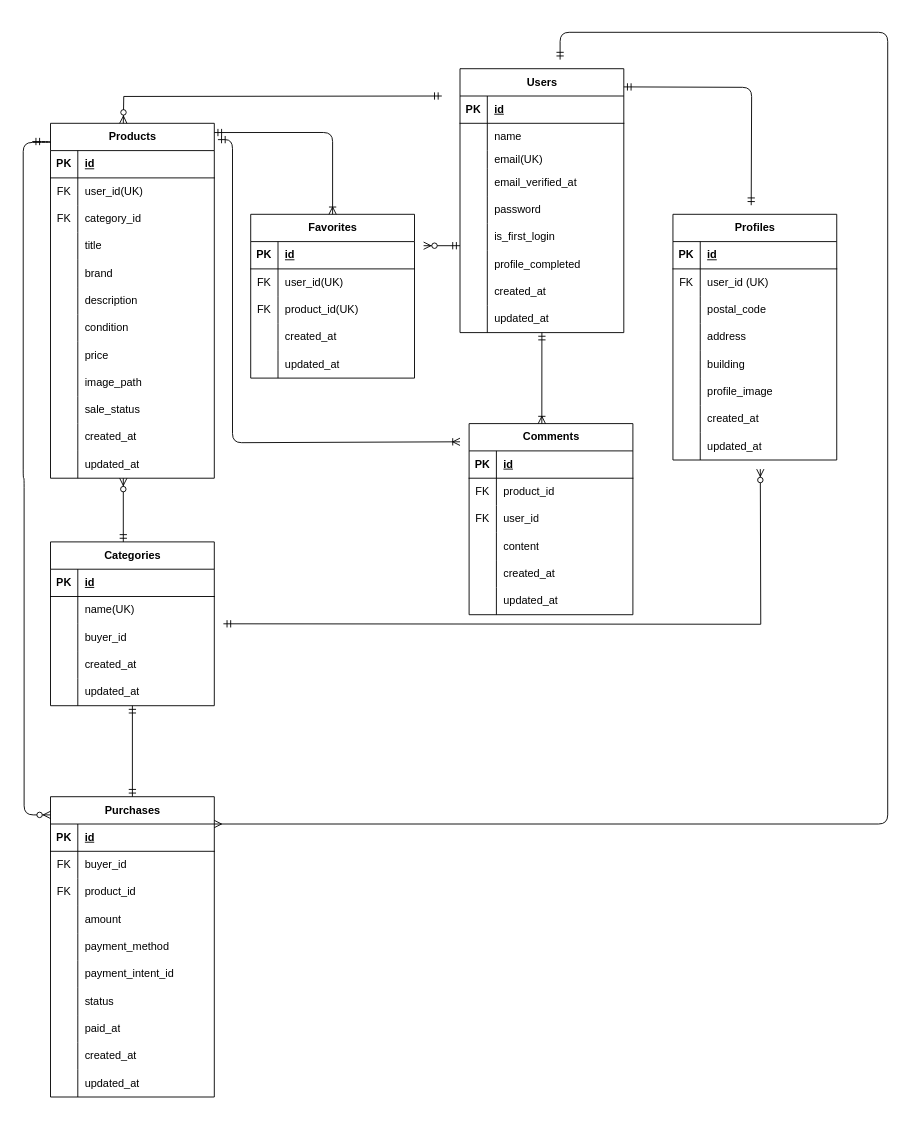
Earlier version of the draw.io diagram er-diagram.drawio (Hana86-86/coachtech-freemarket). Source tidied: cells renumbered, new cells numbered last; positions are measured from the earlier drawing's top-left corner, leaving out a move shared by most shapes. Both pictures are drawn from the tidied source at 91%, with x=0, y=0 at pixel (23, 32).
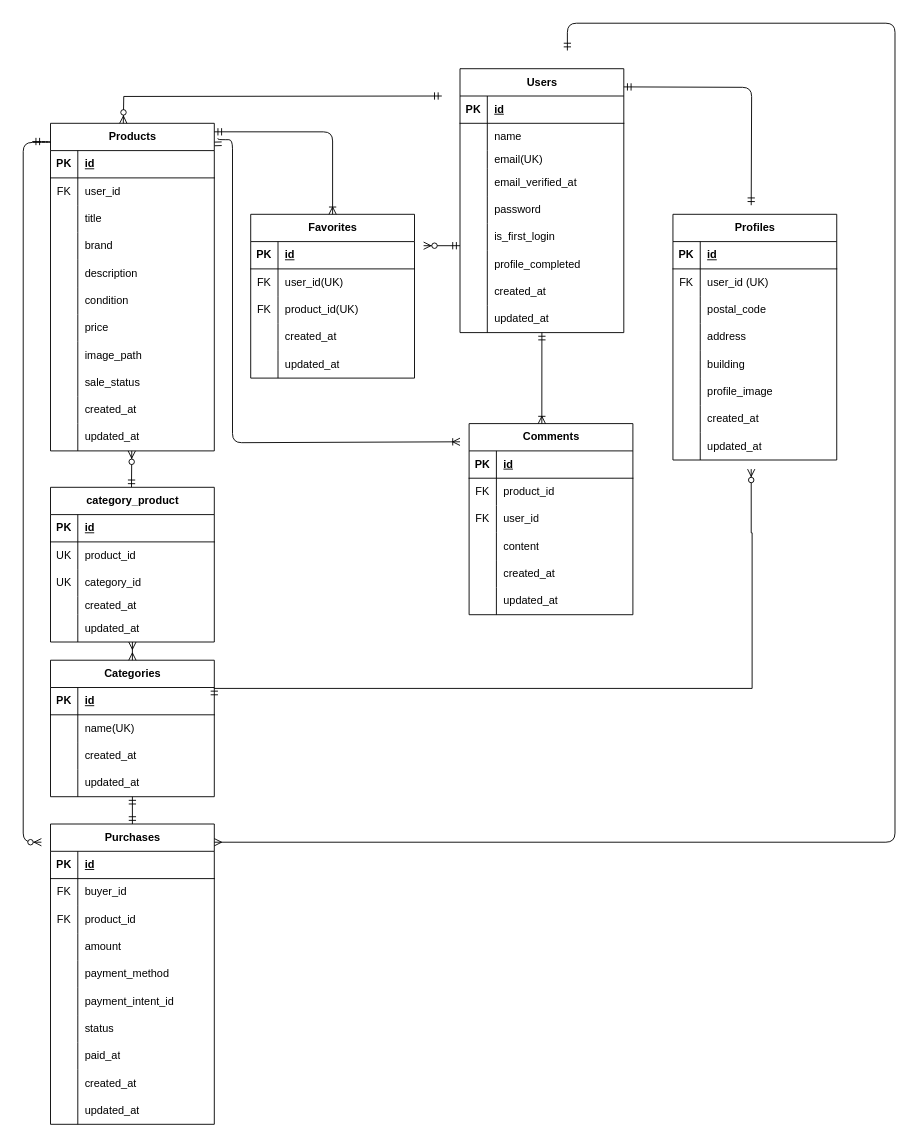
Above is the later version.

Unchanged cells that the change refers to:
```xml
<mxCell id="34" style="shape=tableRow;horizontal=0;startSize=0;swimlaneHead=0;swimlaneBody=0;fillColor=none;top=0;left=0;right=0;bottom=0;" parent="30" vertex="1">
  <mxGeometry y="60" width="180" height="30" as="geometry" />
</mxCell>
```

Change to the diagram source:
```diff
@@
     <mxCell id="30" value="Products" style="shape=table;startSize=30;childLayout=tableLayout;rowLines=0;fontStyle=1;align=center;html=1;" parent="1" vertex="1">
-      <mxGeometry x="30" y="100" width="180" height="390" as="geometry" />
+      <mxGeometry x="30" y="100" width="180" height="360" as="geometry" />
     </mxCell>
@@
-    <mxCell id="36" value="user_id(UK)" style="shape=partialRectangle;fillColor=none;top=0;left=0;bottom=0;right=0;align=left;spacingLeft=6;overflow=hidden;whiteSpace=wrap;html=1;" parent="34" vertex="1">
+    <mxCell id="36" value="user_id" style="shape=partialRectangle;fillColor=none;top=0;left=0;bottom=0;right=0;align=left;spacingLeft=6;overflow=hidden;whiteSpace=wrap;html=1;" parent="34" vertex="1">
       <mxGeometry x="30" width="150" height="30" as="geometry" />
     </mxCell>
-    <mxCell id="37" style="shape=tableRow;horizontal=0;startSize=0;swimlaneHead=0;swimlaneBody=0;fillColor=none;top=0;left=0;right=0;bottom=0;" parent="30" vertex="1">
-      <mxGeometry y="90" width="180" height="30" as="geometry" />
-    </mxCell>
-    <mxCell id="38" value="FK" style="shape=partialRectangle;fillColor=none;top=0;left=0;bottom=0;right=0;overflow=hidden;whiteSpace=wrap;html=1;" parent="37" vertex="1">
-      <mxGeometry width="30" height="30" as="geometry" />
-    </mxCell>
-    <mxCell id="39" value="category_id" style="shape=partialRectangle;fillColor=none;top=0;left=0;bottom=0;right=0;align=left;spacingLeft=6;overflow=hidden;whiteSpace=wrap;html=1;" parent="37" vertex="1">
-      <mxGeometry x="30" width="150" height="30" as="geometry" />
-    </mxCell>
     <mxCell id="40" style="shape=tableRow;horizontal=0;startSize=0;swimlaneHead=0;swimlaneBody=0;fillColor=none;top=0;left=0;right=0;bottom=0;" parent="30" vertex="1">
-      <mxGeometry y="120" width="180" height="30" as="geometry" />
+      <mxGeometry y="90" width="180" height="30" as="geometry" />
     </mxCell>
@@
     <mxCell id="43" style="shape=tableRow;horizontal=0;startSize=0;swimlaneHead=0;swimlaneBody=0;fillColor=none;top=0;left=0;right=0;bottom=0;" parent="30" vertex="1">
-      <mxGeometry y="150" width="180" height="30" as="geometry" />
+      <mxGeometry y="120" width="180" height="30" as="geometry" />
     </mxCell>
@@
     <mxCell id="46" style="shape=tableRow;horizontal=0;startSize=0;swimlaneHead=0;swimlaneBody=0;fillColor=none;top=0;left=0;right=0;bottom=0;" parent="30" vertex="1">
-      <mxGeometry y="180" width="180" height="30" as="geometry" />
+      <mxGeometry y="150" width="180" height="30" as="geometry" />
     </mxCell>
@@
     <mxCell id="49" style="shape=tableRow;horizontal=0;startSize=0;swimlaneHead=0;swimlaneBody=0;fillColor=none;top=0;left=0;right=0;bottom=0;" parent="30" vertex="1">
-      <mxGeometry y="210" width="180" height="30" as="geometry" />
+      <mxGeometry y="180" width="180" height="30" as="geometry" />
     </mxCell>
@@
     <mxCell id="52" style="shape=tableRow;horizontal=0;startSize=0;swimlaneHead=0;swimlaneBody=0;fillColor=none;top=0;left=0;right=0;bottom=0;" parent="30" vertex="1">
-      <mxGeometry y="240" width="180" height="30" as="geometry" />
+      <mxGeometry y="210" width="180" height="30" as="geometry" />
     </mxCell>
@@
     <mxCell id="55" style="shape=tableRow;horizontal=0;startSize=0;swimlaneHead=0;swimlaneBody=0;fillColor=none;top=0;left=0;right=0;bottom=0;" parent="30" vertex="1">
-      <mxGeometry y="270" width="180" height="30" as="geometry" />
+      <mxGeometry y="240" width="180" height="30" as="geometry" />
     </mxCell>
@@
     <mxCell id="58" style="shape=tableRow;horizontal=0;startSize=0;swimlaneHead=0;swimlaneBody=0;fillColor=none;top=0;left=0;right=0;bottom=0;" parent="30" vertex="1">
-      <mxGeometry y="300" width="180" height="30" as="geometry" />
+      <mxGeometry y="270" width="180" height="30" as="geometry" />
     </mxCell>
@@
     <mxCell id="61" style="shape=tableRow;horizontal=0;startSize=0;swimlaneHead=0;swimlaneBody=0;fillColor=none;top=0;left=0;right=0;bottom=0;" parent="30" vertex="1">
-      <mxGeometry y="330" width="180" height="30" as="geometry" />
+      <mxGeometry y="300" width="180" height="30" as="geometry" />
     </mxCell>
@@
     <mxCell id="64" style="shape=tableRow;horizontal=0;startSize=0;swimlaneHead=0;swimlaneBody=0;fillColor=none;top=0;left=0;right=0;bottom=0;" parent="30" vertex="1">
-      <mxGeometry y="360" width="180" height="30" as="geometry" />
+      <mxGeometry y="330" width="180" height="30" as="geometry" />
     </mxCell>
@@
     <mxCell id="67" value="Categories" style="shape=table;startSize=30;childLayout=tableLayout;rowLines=0;fontStyle=1;align=center;html=1;" parent="1" vertex="1">
-      <mxGeometry x="30" y="560" width="180" height="180" as="geometry" />
+      <mxGeometry x="30" y="690" width="180" height="150" as="geometry" />
     </mxCell>
@@
-    <mxCell id="74" style="shape=tableRow;horizontal=0;startSize=0;swimlaneHead=0;swimlaneBody=0;fillColor=none;top=0;left=0;right=0;bottom=0;" parent="67" vertex="1">
-      <mxGeometry y="90" width="180" height="30" as="geometry" />
-    </mxCell>
-    <mxCell id="75" style="shape=partialRectangle;fillColor=none;top=0;left=0;bottom=0;right=0;overflow=hidden;whiteSpace=wrap;html=1;" parent="74" vertex="1">
-      <mxGeometry width="30" height="30" as="geometry" />
-    </mxCell>
-    <mxCell id="76" value="buyer_id" style="shape=partialRectangle;fillColor=none;top=0;left=0;bottom=0;right=0;align=left;spacingLeft=6;overflow=hidden;whiteSpace=wrap;html=1;" parent="74" vertex="1">
-      <mxGeometry x="30" width="150" height="30" as="geometry" />
-    </mxCell>
     <mxCell id="77" style="shape=tableRow;horizontal=0;startSize=0;swimlaneHead=0;swimlaneBody=0;fillColor=none;top=0;left=0;right=0;bottom=0;" parent="67" vertex="1">
-      <mxGeometry y="120" width="180" height="30" as="geometry" />
+      <mxGeometry y="90" width="180" height="30" as="geometry" />
     </mxCell>
@@
     <mxCell id="80" style="shape=tableRow;horizontal=0;startSize=0;swimlaneHead=0;swimlaneBody=0;fillColor=none;points=[[0,0.5],[1,0.5]];portConstraint=eastwest;top=0;left=0;right=0;bottom=0;" parent="67" vertex="1">
-      <mxGeometry y="150" width="180" height="30" as="geometry" />
+      <mxGeometry y="120" width="180" height="30" as="geometry" />
     </mxCell>
@@
     <mxCell id="83" value="Purchases" style="shape=table;startSize=30;childLayout=tableLayout;rowLines=0;fontStyle=1;align=center;html=1;" parent="1" vertex="1">
-      <mxGeometry x="30" y="840" width="180" height="330" as="geometry" />
+      <mxGeometry x="30" y="870" width="180" height="330" as="geometry" />
     </mxCell>
@@
-    <mxCell id="157" style="fontSize=12;html=1;endArrow=ERmandOne;startArrow=ERmandOne;rounded=0;entryX=0.5;entryY=1;entryDx=0;entryDy=0;entryPerimeter=0;exitX=0.5;exitY=0;exitDx=0;exitDy=0;" parent="1" edge="1" source="83" target="80">
-      <mxGeometry relative="1" as="geometry" />
+    <mxCell id="157" style="fontSize=12;html=1;endArrow=ERmandOne;startArrow=ERmandOne;rounded=0;exitX=0.5;exitY=0;exitDx=0;exitDy=0;" parent="1" edge="1" source="83">
+      <mxGeometry relative="1" as="geometry">
+        <mxPoint x="120" y="840" as="targetPoint" />
+      </mxGeometry>
     </mxCell>
     <mxCell id="158" style="edgeStyle=orthogonalEdgeStyle;fontSize=12;html=1;endArrow=ERzeroToMany;startArrow=ERmandOne;rounded=0;" parent="1" edge="1">
       <mxGeometry relative="1" as="geometry">
-        <mxPoint x="220" y="650" as="sourcePoint" />
-        <mxPoint x="810" y="480" as="targetPoint" />
+        <mxPoint x="210" y="720" as="sourcePoint" />
+        <mxPoint x="800" y="480" as="targetPoint" />
+        <Array as="points">
+          <mxPoint x="801" y="721" />
+          <mxPoint x="801" y="550" />
+        </Array>
       </mxGeometry>
     </mxCell>
     <mxCell id="159" style="fontSize=12;html=1;endArrow=ERzeroToMany;startArrow=ERmandOne;rounded=0;" parent="1" edge="1">
       <mxGeometry relative="1" as="geometry">
-        <mxPoint x="110" y="560" as="sourcePoint" />
-        <mxPoint x="110" y="490" as="targetPoint" />
+        <mxPoint x="119" y="500" as="sourcePoint" />
+        <mxPoint x="119.3" y="460" as="targetPoint" />
       </mxGeometry>
     </mxCell>
@@
     <mxCell id="180" style="edgeStyle=orthogonalEdgeStyle;fontSize=12;html=1;endArrow=ERzeroToMany;startArrow=ERmandOne;" parent="1" edge="1">
       <mxGeometry relative="1" as="geometry">
         <mxPoint x="10" y="120" as="sourcePoint" />
-        <mxPoint x="30" y="860" as="targetPoint" />
+        <mxPoint x="20" y="890" as="targetPoint" />
         <Array as="points">
           <mxPoint x="30" y="120" />
-          <mxPoint x="30" y="121" />
           <mxPoint y="121" />
-          <mxPoint y="490" />
-          <mxPoint x="1" y="490" />
-          <mxPoint x="1" y="860" />
+          <mxPoint y="860" />
         </Array>
       </mxGeometry>
     </mxCell>
     <mxCell id="181" style="edgeStyle=orthogonalEdgeStyle;fontSize=12;html=1;endArrow=ERmany;startArrow=ERmandOne;endFill=0;" parent="1" edge="1">
       <mxGeometry relative="1" as="geometry">
-        <mxPoint x="590" y="30" as="sourcePoint" />
-        <mxPoint x="210" y="870" as="targetPoint" />
+        <mxPoint x="598" y="20" as="sourcePoint" />
+        <mxPoint x="210" y="890" as="targetPoint" />
         <Array as="points">
-          <mxPoint x="950" />
-          <mxPoint x="950" y="870" />
+          <mxPoint x="598" y="-10" />
+          <mxPoint x="958" y="-10" />
+          <mxPoint x="958" y="890" />
         </Array>
       </mxGeometry>
     </mxCell>
@@
+    <mxCell id="185" value="category_product" style="shape=table;startSize=30;childLayout=tableLayout;rowLines=0;fontStyle=1;align=center;html=1;" parent="1" vertex="1">
+      <mxGeometry x="30" y="500" width="180" height="170" as="geometry" />
+    </mxCell>
+    <mxCell id="186" style="shape=tableRow;horizontal=0;startSize=0;swimlaneHead=0;swimlaneBody=0;fillColor=none;top=0;left=0;right=0;bottom=1;" parent="185" vertex="1">
+      <mxGeometry y="30" width="180" height="30" as="geometry" />
+    </mxCell>
+    <mxCell id="187" value="PK" style="shape=partialRectangle;fillColor=none;top=0;left=0;bottom=0;right=0;fontStyle=1;overflow=hidden;whiteSpace=wrap;html=1;" parent="186" vertex="1">
+      <mxGeometry width="30" height="30" as="geometry" />
+    </mxCell>
+    <mxCell id="188" value="id" style="shape=partialRectangle;fillColor=none;top=0;left=0;bottom=0;right=0;align=left;spacingLeft=6;fontStyle=5;overflow=hidden;whiteSpace=wrap;html=1;" parent="186" vertex="1">
+      <mxGeometry x="30" width="150" height="30" as="geometry" />
+    </mxCell>
+    <mxCell id="189" style="shape=tableRow;horizontal=0;startSize=0;swimlaneHead=0;swimlaneBody=0;fillColor=none;top=0;left=0;right=0;bottom=0;" parent="185" vertex="1">
+      <mxGeometry y="60" width="180" height="30" as="geometry" />
+    </mxCell>
+    <mxCell id="190" value="UK" style="shape=partialRectangle;fillColor=none;top=0;left=0;bottom=0;right=0;overflow=hidden;whiteSpace=wrap;html=1;" parent="189" vertex="1">
+      <mxGeometry width="30" height="30" as="geometry" />
+    </mxCell>
+    <mxCell id="191" value="product_id" style="shape=partialRectangle;fillColor=none;top=0;left=0;bottom=0;right=0;align=left;spacingLeft=6;overflow=hidden;whiteSpace=wrap;html=1;" parent="189" vertex="1">
+      <mxGeometry x="30" width="150" height="30" as="geometry" />
+    </mxCell>
+    <mxCell id="192" style="shape=tableRow;horizontal=0;startSize=0;swimlaneHead=0;swimlaneBody=0;fillColor=none;top=0;left=0;right=0;bottom=0;" parent="185" vertex="1">
+      <mxGeometry y="90" width="180" height="30" as="geometry" />
+    </mxCell>
+    <mxCell id="193" value="UK" style="shape=partialRectangle;fillColor=none;top=0;left=0;bottom=0;right=0;overflow=hidden;whiteSpace=wrap;html=1;" parent="192" vertex="1">
+      <mxGeometry width="30" height="30" as="geometry" />
+    </mxCell>
+    <mxCell id="39" value="category_id" style="shape=partialRectangle;fillColor=none;top=0;left=0;bottom=0;right=0;align=left;spacingLeft=6;overflow=hidden;whiteSpace=wrap;html=1;" parent="192" vertex="1">
+      <mxGeometry x="30" width="150" height="30" as="geometry" />
+    </mxCell>
+    <mxCell id="194" style="shape=tableRow;horizontal=0;startSize=0;swimlaneHead=0;swimlaneBody=0;fillColor=none;top=0;left=0;right=0;bottom=0;" parent="185" vertex="1">
+      <mxGeometry y="120" width="180" height="20" as="geometry" />
+    </mxCell>
+    <mxCell id="195" style="shape=partialRectangle;fillColor=none;top=0;left=0;bottom=0;right=0;overflow=hidden;whiteSpace=wrap;html=1;" parent="194" vertex="1">
+      <mxGeometry width="30" height="20" as="geometry" />
+    </mxCell>
+    <mxCell id="196" value="created_at" style="shape=partialRectangle;fillColor=none;top=0;left=0;bottom=0;right=0;align=left;spacingLeft=6;overflow=hidden;whiteSpace=wrap;html=1;" parent="194" vertex="1">
+      <mxGeometry x="30" width="150" height="20" as="geometry" />
+    </mxCell>
+    <mxCell id="197" style="shape=tableRow;horizontal=0;startSize=0;swimlaneHead=0;swimlaneBody=0;fillColor=none;top=0;left=0;right=0;bottom=0;" parent="185" vertex="1">
+      <mxGeometry y="140" width="180" height="30" as="geometry" />
+    </mxCell>
+    <mxCell id="75" style="shape=partialRectangle;fillColor=none;top=0;left=0;bottom=0;right=0;overflow=hidden;whiteSpace=wrap;html=1;" parent="197" vertex="1">
+      <mxGeometry width="30" height="30" as="geometry" />
+    </mxCell>
+    <mxCell id="198" value="updated_at" style="shape=partialRectangle;fillColor=none;top=0;left=0;bottom=0;right=0;align=left;spacingLeft=6;overflow=hidden;whiteSpace=wrap;html=1;" parent="197" vertex="1">
+      <mxGeometry x="30" width="150" height="30" as="geometry" />
+    </mxCell>
+    <mxCell id="199" style="fontSize=12;html=1;endArrow=ERmany;startArrow=ERmany;exitX=0.5;exitY=0;exitDx=0;exitDy=0;" parent="1" edge="1" source="67">
+      <mxGeometry relative="1" as="geometry">
+        <mxPoint x="120" y="670" as="targetPoint" />
+      </mxGeometry>
+    </mxCell>
```
